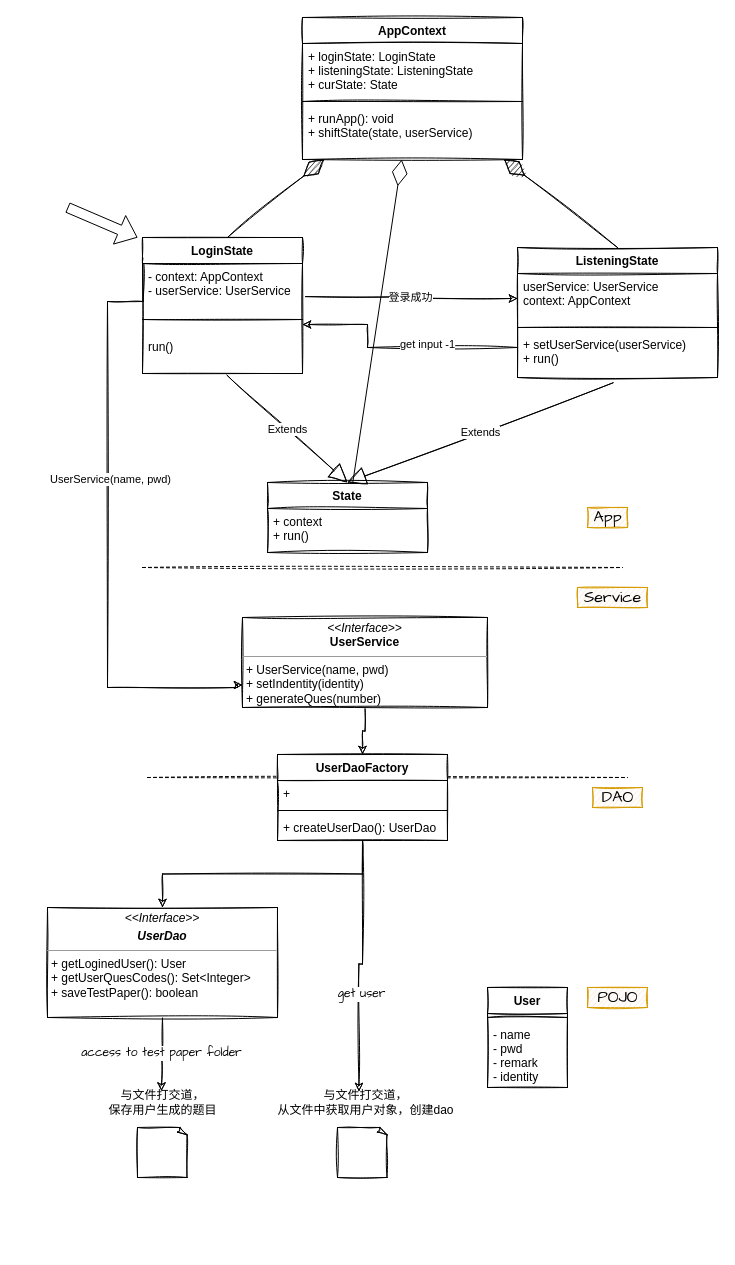
Earlier version of the draw.io diagram Untitled Diagram.drawio (bankarian/pics). Source tidied: cells renumbered, new cells numbered last; positions are measured from the earlier drawing's top-left corner, leaving out a move shared by most shapes. Both pictures are drawn from the tidied source at 100%, with x=0, y=0 at pixel (47, 17).
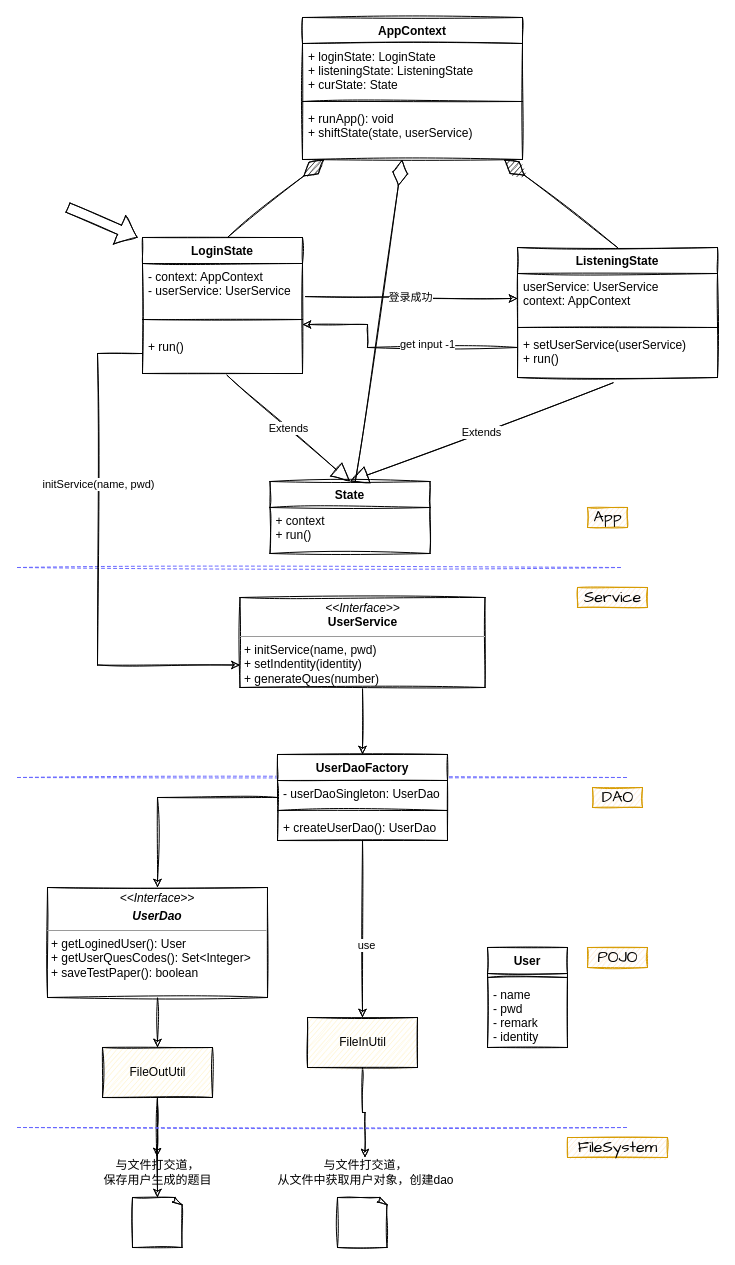
The same page after the edit.

The change refers to these unchanged cells:
```xml
<mxCell id="7" value="AppContext" style="swimlane;fontStyle=1;align=center;verticalAlign=top;horizontal=1;startSize=26;sketch=1;" parent="1" vertex="1">
  <mxGeometry x="255" width="220" height="142" as="geometry" />
</mxCell>
<mxCell id="22" value="LoginState" style="swimlane;fontStyle=1;align=center;verticalAlign=top;horizontal=1;startSize=26;sketch=1;" parent="1" vertex="1">
  <mxGeometry x="95" y="220" width="160" height="136" as="geometry" />
</mxCell>
<mxCell id="41" value="UserDaoFactory" style="swimlane;fontStyle=1;align=center;verticalAlign=top;horizontal=1;startSize=26;sketch=1;" parent="1" vertex="1">
  <mxGeometry x="230" y="737" width="170" height="86" as="geometry" />
</mxCell>
```

What changed in the source:
```diff
@@
-    <mxCell id="2" style="endArrow=none;dashed=1;html=1;sketch=1;" parent="1" edge="1">
+    <mxCell id="2" style="endArrow=none;dashed=1;html=1;sketch=1;strokeColor=#6666FF;" parent="1" edge="1">
       <mxGeometry relative="1" as="geometry">
-        <mxPoint x="100" y="760" as="sourcePoint" />
+        <mxPoint x="-30" y="760" as="sourcePoint" />
         <mxPoint x="580" y="760" as="targetPoint" />
       </mxGeometry>
     </mxCell>
-    <mxCell id="3" value="DAO" style="text;html=1;align=center;verticalAlign=middle;sketch=1;fillColor=#ffe6cc;strokeColor=#d79b00;fontFamily=Comic Sans MS;fontSize=16;" parent="1" vertex="1">
+    <mxCell id="3" value="DAO" style="text;html=1;align=center;verticalAlign=middle;fillColor=#ffe6cc;strokeColor=#d79b00;fontFamily=Comic Sans MS;fontSize=16;sketch=1;" parent="1" vertex="1">
       <mxGeometry x="545" y="770" width="50" height="20" as="geometry" />
     </mxCell>
-    <mxCell id="4" style="endArrow=none;dashed=1;html=1;sketch=1;" parent="1" edge="1">
+    <mxCell id="4" style="endArrow=none;dashed=1;html=1;sketch=1;strokeColor=#6666FF;" parent="1" edge="1">
       <mxGeometry relative="1" as="geometry">
-        <mxPoint x="95" y="550" as="sourcePoint" />
+        <mxPoint x="-30" y="550" as="sourcePoint" />
         <mxPoint x="575" y="550" as="targetPoint" />
       </mxGeometry>
     </mxCell>
-    <mxCell id="5" value="Service" style="text;html=1;align=center;verticalAlign=middle;sketch=1;fillColor=#ffe6cc;strokeColor=#d79b00;fontFamily=Comic Sans MS;fontSize=16;" parent="1" vertex="1">
+    <mxCell id="5" value="Service" style="text;html=1;align=center;verticalAlign=middle;fillColor=#ffe6cc;strokeColor=#d79b00;fontFamily=Comic Sans MS;fontSize=16;sketch=1;" parent="1" vertex="1">
       <mxGeometry x="530" y="570" width="70" height="20" as="geometry" />
     </mxCell>
-    <mxCell id="6" value="App" style="text;html=1;align=center;verticalAlign=middle;sketch=1;fillColor=#ffe6cc;strokeColor=#d79b00;fontFamily=Comic Sans MS;fontSize=16;" parent="1" vertex="1">
+    <mxCell id="6" value="App" style="text;html=1;align=center;verticalAlign=middle;fillColor=#ffe6cc;strokeColor=#d79b00;fontFamily=Comic Sans MS;fontSize=16;sketch=1;" parent="1" vertex="1">
       <mxGeometry x="540" y="490" width="40" height="20" as="geometry" />
     </mxCell>
@@
-    <mxCell id="11" value="access to test paper folder" style="edgeStyle=orthogonalEdgeStyle;rounded=0;sketch=1;jettySize=auto;html=1;entryX=0.492;entryY=0.117;entryDx=0;entryDy=0;entryPerimeter=0;fontFamily=Comic Sans MS;fontSize=12;" parent="1" edge="1" source="12" target="47">
-      <mxGeometry relative="1" as="geometry" />
-    </mxCell>
+    <mxCell id="52" style="edgeStyle=orthogonalEdgeStyle;rounded=0;sketch=1;jettySize=auto;html=1;strokeColor=#000000;" parent="1" edge="1" source="12" target="59">
+      <mxGeometry relative="1" as="geometry" />
+    </mxCell>
     <mxCell id="12" value="&lt;p style=&quot;margin: 0px ; margin-top: 4px ; text-align: center&quot;&gt;&lt;i&gt;&amp;lt;&amp;lt;Interface&amp;gt;&amp;gt;&lt;/i&gt;&lt;br&gt;&lt;/p&gt;&lt;p style=&quot;margin: 0px ; margin-top: 4px ; text-align: center&quot;&gt;&lt;i&gt;&lt;b&gt;UserDao&lt;/b&gt;&lt;/i&gt;&lt;/p&gt;&lt;hr size=&quot;1&quot;&gt;&lt;p style=&quot;margin: 0px ; margin-left: 4px&quot;&gt;&lt;span&gt;+ getLoginedUser(): User&lt;/span&gt;&lt;br&gt;&lt;/p&gt;&lt;p style=&quot;margin: 0px ; margin-left: 4px&quot;&gt;+ getUserQuesCodes(): Set&amp;lt;Integer&amp;gt;&lt;/p&gt;&lt;p style=&quot;margin: 0px ; margin-left: 4px&quot;&gt;+ saveTestPaper(): boolean&lt;/p&gt;&lt;p style=&quot;margin: 0px ; margin-left: 4px&quot;&gt;&lt;br&gt;&lt;/p&gt;" style="verticalAlign=top;align=left;overflow=fill;fontSize=12;fontFamily=Helvetica;html=1;sketch=1;" parent="1" vertex="1">
-      <mxGeometry y="890" width="230" height="110" as="geometry" />
+      <mxGeometry y="870" width="220" height="110" as="geometry" />
     </mxCell>
     <mxCell id="13" value="与文件打交道，&lt;br&gt;从文件中获取用户对象，创建dao" style="text;html=1;align=center;verticalAlign=middle;points=[];sketch=1;" parent="1" vertex="1">
-      <mxGeometry x="222.5" y="1070" width="190" height="30" as="geometry" />
+      <mxGeometry x="222.5" y="1140" width="190" height="30" as="geometry" />
     </mxCell>
-    <mxCell id="14" style="edgeStyle=orthogonalEdgeStyle;rounded=0;sketch=1;jettySize=auto;html=1;" parent="1" edge="1" source="15" target="41">
+    <mxCell id="14" style="edgeStyle=orthogonalEdgeStyle;rounded=0;jettySize=auto;html=1;sketch=1;" parent="1" edge="1" source="15" target="41">
       <mxGeometry relative="1" as="geometry" />
     </mxCell>
-    <mxCell id="15" value="&lt;p style=&quot;margin: 0px ; margin-top: 4px ; text-align: center&quot;&gt;&lt;i&gt;&amp;lt;&amp;lt;Interface&amp;gt;&amp;gt;&lt;/i&gt;&lt;br&gt;&lt;b&gt;UserService&lt;/b&gt;&lt;/p&gt;&lt;hr size=&quot;1&quot;&gt;&lt;p style=&quot;margin: 0px ; margin-left: 4px&quot;&gt;+ UserService(name, pwd)&lt;/p&gt;&lt;p style=&quot;margin: 0px ; margin-left: 4px&quot;&gt;+ setIndentity(identity)&lt;/p&gt;&lt;p style=&quot;margin: 0px ; margin-left: 4px&quot;&gt;+ generateQues(number)&lt;/p&gt;" style="verticalAlign=top;align=left;overflow=fill;fontSize=12;fontFamily=Helvetica;html=1;sketch=1;" parent="1" vertex="1">
-      <mxGeometry x="195" y="600" width="245" height="90" as="geometry" />
+    <mxCell id="15" value="&lt;p style=&quot;margin: 0px ; margin-top: 4px ; text-align: center&quot;&gt;&lt;i&gt;&amp;lt;&amp;lt;Interface&amp;gt;&amp;gt;&lt;/i&gt;&lt;br&gt;&lt;b&gt;UserService&lt;/b&gt;&lt;/p&gt;&lt;hr size=&quot;1&quot;&gt;&lt;p style=&quot;margin: 0px ; margin-left: 4px&quot;&gt;+ initService(name, pwd)&lt;/p&gt;&lt;p style=&quot;margin: 0px ; margin-left: 4px&quot;&gt;+ setIndentity(identity)&lt;/p&gt;&lt;p style=&quot;margin: 0px ; margin-left: 4px&quot;&gt;+ generateQues(number)&lt;/p&gt;" style="verticalAlign=top;align=left;overflow=fill;fontSize=12;fontFamily=Helvetica;html=1;sketch=1;" parent="1" vertex="1">
+      <mxGeometry x="192.5" y="580" width="245" height="90" as="geometry" />
     </mxCell>
@@
-    <mxCell id="20" style="edgeStyle=orthogonalEdgeStyle;rounded=0;jettySize=auto;html=1;entryX=0;entryY=0.75;entryDx=0;entryDy=0;exitX=0.003;exitY=0.151;exitDx=0;exitDy=0;exitPerimeter=0;sketch=1;" parent="1" edge="1" source="22" target="15">
-      <mxGeometry relative="1" as="geometry">
-        <Array as="points">
-          <mxPoint x="96" y="284" />
-          <mxPoint x="60" y="284" />
-          <mxPoint x="60" y="670" />
-          <mxPoint x="190" y="670" />
-          <mxPoint x="190" y="668" />
-        </Array>
-      </mxGeometry>
-    </mxCell>
-    <mxCell id="21" value="UserService(name, pwd)" style="edgeLabel;html=1;align=center;verticalAlign=middle;sketch=1;" parent="20" vertex="1">
-      <mxGeometry x="-0.15" y="2" relative="1" as="geometry" />
-    </mxCell>
@@
-    <mxCell id="26" value="run()&#10;" style="text;strokeColor=none;fillColor=none;align=left;verticalAlign=top;spacingLeft=4;spacingRight=4;overflow=hidden;points=[[0,0.5],[1,0.5]];portConstraint=eastwest;sketch=1;" parent="22" vertex="1">
+    <mxCell id="26" value="+ run()&#10;" style="text;strokeColor=none;fillColor=none;align=left;verticalAlign=top;spacingLeft=4;spacingRight=4;overflow=hidden;points=[[0,0.5],[1,0.5]];portConstraint=eastwest;sketch=1;" parent="22" vertex="1">
       <mxGeometry y="96" width="160" height="40" as="geometry" />
     </mxCell>
@@
-    <mxCell id="34" value="State" style="swimlane;fontStyle=1;align=center;verticalAlign=top;horizontal=1;startSize=26;sketch=1;" parent="1" vertex="1">
-      <mxGeometry x="220" y="465" width="160" height="70" as="geometry" />
-    </mxCell>
-    <mxCell id="35" value="+ context&#10;+ run()" style="text;strokeColor=none;fillColor=none;align=left;verticalAlign=top;spacingLeft=4;spacingRight=4;overflow=hidden;sketch=1;" parent="34" vertex="1">
-      <mxGeometry y="26" width="160" height="44" as="geometry" />
-    </mxCell>
-    <mxCell id="36" style="shape=flexArrow;endArrow=classic;html=1;" parent="1" edge="1">
+    <mxCell id="36" style="shape=flexArrow;endArrow=classic;html=1;sketch=1;" parent="1" edge="1">
       <mxGeometry relative="1" as="geometry">
         <mxPoint x="20" y="190" as="sourcePoint" />
         <mxPoint x="90" y="220" as="targetPoint" />
       </mxGeometry>
     </mxCell>
     <mxCell id="37" style="whiteSpace=wrap;html=1;shape=mxgraph.basic.document;sketch=1;" parent="1" vertex="1">
-      <mxGeometry x="290" y="1110" width="50" height="50" as="geometry" />
+      <mxGeometry x="290" y="1180" width="50" height="50" as="geometry" />
     </mxCell>
-    <mxCell id="38" style="edgeStyle=orthogonalEdgeStyle;rounded=0;sketch=1;jettySize=auto;html=1;" parent="1" edge="1" source="41" target="12">
+    <mxCell id="38" style="edgeStyle=orthogonalEdgeStyle;rounded=0;jettySize=auto;html=1;sketch=1;" parent="1" edge="1" source="41" target="12">
       <mxGeometry relative="1" as="geometry" />
     </mxCell>
-    <mxCell id="39" style="edgeStyle=orthogonalEdgeStyle;rounded=0;sketch=1;jettySize=auto;html=1;entryX=0.468;entryY=0.133;entryDx=0;entryDy=0;entryPerimeter=0;fontFamily=Comic Sans MS;fontSize=16;" parent="1" edge="1" source="41" target="13">
-      <mxGeometry relative="1" as="geometry" />
-    </mxCell>
-    <mxCell id="40" value="get user" style="edgeLabel;html=1;align=center;verticalAlign=middle;fontSize=12;fontFamily=Comic Sans MS;" parent="39" vertex="1">
-      <mxGeometry x="0.23" y="2" relative="1" as="geometry" />
-    </mxCell>
+    <mxCell id="53" style="edgeStyle=orthogonalEdgeStyle;rounded=0;sketch=1;jettySize=auto;html=1;strokeColor=#000000;" parent="1" edge="1" source="41" target="56">
+      <mxGeometry relative="1" as="geometry" />
+    </mxCell>
+    <mxCell id="54" value="use" style="edgeLabel;html=1;align=center;verticalAlign=middle;" parent="53" vertex="1">
+      <mxGeometry x="0.18" y="3" relative="1" as="geometry" />
+    </mxCell>
@@
-    <mxCell id="42" value="+ " style="text;strokeColor=none;fillColor=none;align=left;verticalAlign=top;spacingLeft=4;spacingRight=4;overflow=hidden;" parent="41" vertex="1">
+    <mxCell id="42" value="- userDaoSingleton: UserDao " style="text;strokeColor=none;fillColor=none;align=left;verticalAlign=top;spacingLeft=4;spacingRight=4;overflow=hidden;sketch=1;" parent="41" vertex="1">
       <mxGeometry y="26" width="170" height="26" as="geometry" />
     </mxCell>
-    <mxCell id="43" style="line;strokeWidth=1;fillColor=none;align=left;verticalAlign=middle;spacingTop=-1;spacingLeft=3;spacingRight=3;labelPosition=right;" parent="41" vertex="1">
+    <mxCell id="43" style="line;strokeWidth=1;fillColor=none;align=left;verticalAlign=middle;spacingTop=-1;spacingLeft=3;spacingRight=3;labelPosition=right;sketch=1;" parent="41" vertex="1">
       <mxGeometry y="52" width="170" height="8" as="geometry" />
     </mxCell>
-    <mxCell id="44" value="+ createUserDao(): UserDao" style="text;strokeColor=none;fillColor=none;align=left;verticalAlign=top;spacingLeft=4;spacingRight=4;overflow=hidden;" parent="41" vertex="1">
+    <mxCell id="44" value="+ createUserDao(): UserDao" style="text;strokeColor=none;fillColor=none;align=left;verticalAlign=top;spacingLeft=4;spacingRight=4;overflow=hidden;sketch=1;" parent="41" vertex="1">
       <mxGeometry y="60" width="170" height="26" as="geometry" />
     </mxCell>
-    <mxCell id="45" style="endArrow=diamondThin;endFill=0;endSize=24;html=1;" parent="1" edge="1" source="34" target="7">
+    <mxCell id="45" style="endArrow=diamondThin;endFill=0;endSize=24;html=1;sketch=1;" parent="1" edge="1" source="34" target="7">
       <mxGeometry relative="1" as="geometry" />
     </mxCell>
-    <mxCell id="46" value="POJO" style="text;html=1;align=center;verticalAlign=middle;sketch=1;fillColor=#ffe6cc;strokeColor=#d79b00;fontFamily=Comic Sans MS;fontSize=16;" parent="1" vertex="1">
-      <mxGeometry x="540" y="970" width="60" height="20" as="geometry" />
+    <mxCell id="46" value="POJO" style="text;html=1;align=center;verticalAlign=middle;fillColor=#ffe6cc;strokeColor=#d79b00;fontFamily=Comic Sans MS;fontSize=16;sketch=1;" parent="1" vertex="1">
+      <mxGeometry x="540" y="930" width="60" height="20" as="geometry" />
     </mxCell>
     <mxCell id="47" value="与文件打交道，&lt;br&gt;保存用户生成的题目" style="text;html=1;align=center;verticalAlign=middle;points=[];sketch=1;" parent="1" vertex="1">
-      <mxGeometry x="55" y="1070" width="120" height="30" as="geometry" />
+      <mxGeometry x="50" y="1140" width="120" height="30" as="geometry" />
     </mxCell>
     <mxCell id="48" style="whiteSpace=wrap;html=1;shape=mxgraph.basic.document;sketch=1;" parent="1" vertex="1">
-      <mxGeometry x="90" y="1110" width="50" height="50" as="geometry" />
+      <mxGeometry x="85" y="1180" width="50" height="50" as="geometry" />
     </mxCell>
+    <mxCell id="55" style="edgeStyle=orthogonalEdgeStyle;rounded=0;sketch=1;jettySize=auto;html=1;strokeColor=#000000;" parent="1" edge="1" source="56" target="13">
+      <mxGeometry relative="1" as="geometry" />
+    </mxCell>
+    <mxCell id="56" value="FileInUtil" style="html=1;sketch=1;fillColor=#FFF2CC;" parent="1" vertex="1">
+      <mxGeometry x="260" y="1000" width="110" height="50" as="geometry" />
+    </mxCell>
+    <mxCell id="57" style="edgeStyle=orthogonalEdgeStyle;rounded=0;sketch=1;jettySize=auto;html=1;entryX=0.496;entryY=-0.033;entryDx=0;entryDy=0;entryPerimeter=0;strokeColor=#000000;" parent="1" edge="1" source="59" target="47">
+      <mxGeometry relative="1" as="geometry" />
+    </mxCell>
+    <mxCell id="58" style="edgeStyle=orthogonalEdgeStyle;rounded=0;sketch=1;jettySize=auto;html=1;strokeColor=#000000;" parent="1" edge="1" source="59" target="48">
+      <mxGeometry relative="1" as="geometry" />
+    </mxCell>
+    <mxCell id="59" value="FileOutUtil" style="html=1;sketch=1;fillColor=#FFF2CC;" parent="1" vertex="1">
+      <mxGeometry x="55" y="1030" width="110" height="50" as="geometry" />
+    </mxCell>
     <mxCell id="49" value="User" style="swimlane;fontStyle=1;align=center;verticalAlign=top;horizontal=1;startSize=26;sketch=1;" parent="1" vertex="1">
-      <mxGeometry x="440" y="970" width="80" height="100" as="geometry" />
+      <mxGeometry x="440" y="930" width="80" height="100" as="geometry" />
     </mxCell>
@@
+    <mxCell id="60" style="endArrow=none;dashed=1;html=1;sketch=1;strokeColor=#6666FF;" parent="1" edge="1">
+      <mxGeometry relative="1" as="geometry">
+        <mxPoint x="-30" y="1110" as="sourcePoint" />
+        <mxPoint x="580" y="1110" as="targetPoint" />
+      </mxGeometry>
+    </mxCell>
+    <mxCell id="61" value="FileSystem" style="text;html=1;align=center;verticalAlign=middle;fillColor=#ffe6cc;strokeColor=#d79b00;fontFamily=Comic Sans MS;fontSize=16;sketch=1;" parent="1" vertex="1">
+      <mxGeometry x="520" y="1120" width="100" height="20" as="geometry" />
+    </mxCell>
+    <mxCell id="62" style="edgeStyle=orthogonalEdgeStyle;rounded=0;sketch=1;jettySize=auto;html=1;entryX=0;entryY=0.75;entryDx=0;entryDy=0;strokeColor=#000000;" parent="1" edge="1" source="26" target="15">
+      <mxGeometry relative="1" as="geometry">
+        <Array as="points">
+          <mxPoint x="50" y="336" />
+          <mxPoint x="50" y="648" />
+        </Array>
+      </mxGeometry>
+    </mxCell>
+    <mxCell id="63" value="initService(name, pwd)" style="edgeLabel;html=1;align=center;verticalAlign=middle;" parent="62" vertex="1">
+      <mxGeometry x="-0.38" y="-4" relative="1" as="geometry">
+        <mxPoint x="4" y="20" as="offset" />
+      </mxGeometry>
+    </mxCell>
+    <mxCell id="34" value="State" style="swimlane;fontStyle=1;align=center;verticalAlign=top;horizontal=1;startSize=26;sketch=1;" parent="1" vertex="1">
+      <mxGeometry x="222.5" y="464" width="160" height="72" as="geometry" />
+    </mxCell>
+    <mxCell id="35" value="+ context&#10;+ run()" style="text;strokeColor=none;fillColor=none;align=left;verticalAlign=top;spacingLeft=4;spacingRight=4;overflow=hidden;sketch=1;" parent="34" vertex="1">
+      <mxGeometry y="26" width="160" height="46" as="geometry" />
+    </mxCell>
```
